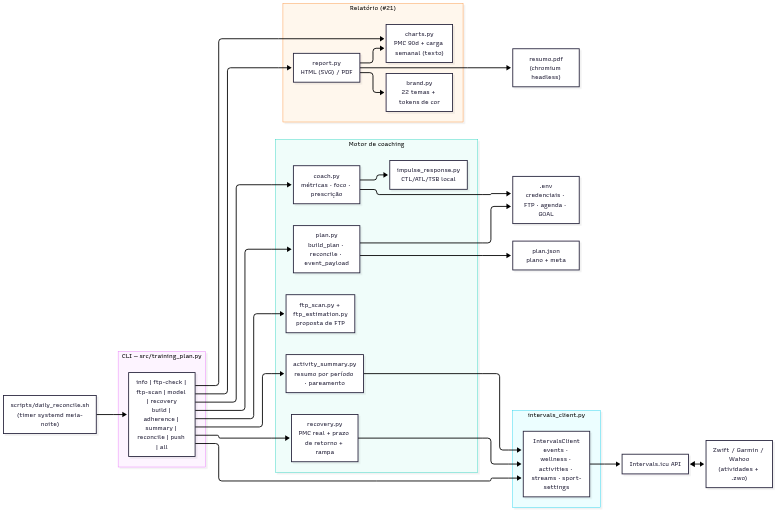
This is docs/diagramas/componentes.png from valdelin/Hermes-coach, a Mermaid export, as it was before one commit. Its source is kept beside it as docs/diagramas/componentes.mmd.
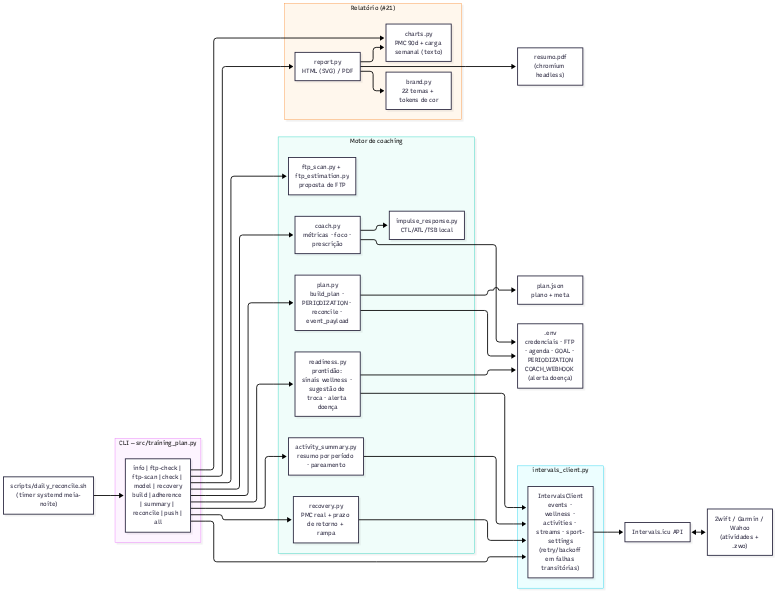
Above is the later version.

Commit message:
docs: diagramas atualizados para v0.0.27 (check, PERIODIZATION, readiness) e PNGs regenerados

What changed in the source:
```diff
@@ -1,15 +1,16 @@
 flowchart LR
     subgraph CLI["CLI — src/training_plan.py"]
-        CMD["info | ftp-check | ftp-scan | model | recovery<br/>build | adherence | summary | reconcile | push | all"]
+        CMD["info | ftp-check | ftp-scan | check | model | recovery<br/>build | adherence | summary | reconcile | push | all"]
     end
 
     subgraph CORE["Motor de coaching"]
         COACH["coach.py<br/>métricas · foco · prescrição"]
-        PLAN["plan.py<br/>build_plan · reconcile · event_payload"]
+        PLAN["plan.py<br/>build_plan · PERIODIZATION · reconcile · event_payload"]
         IR["impulse_response.py<br/>CTL/ATL/TSB local"]
         FTPS["ftp_scan.py + ftp_estimation.py<br/>proposta de FTP"]
         AS["activity_summary.py<br/>resumo por período · pareamento"]
         REC["recovery.py<br/>PMC real + prazo de retorno + rampa"]
+        RD["readiness.py<br/>prontidão: sinais wellness · sugestão de troca · alerta doença"]
     end
 
     subgraph REPORT["Relatório (#21)"]
@@ -19,10 +20,10 @@
     end
 
     subgraph API["intervals_client.py"]
-        CLIENT["IntervalsClient<br/>events · wellness · activities · streams · sport-settings"]
+        CLIENT["IntervalsClient<br/>events · wellness · activities · streams · sport-settings<br/>(retry/backoff em falhas transitórias)"]
     end
 
-    ENV[".env<br/>credenciais · FTP · agenda · GOAL"]
+    ENV[".env<br/>credenciais · FTP · agenda · GOAL · PERIODIZATION<br/>COACH_WEBHOOK (alerta doença)"]
     PLANFILE["plan.json<br/>plano + meta"]
     SH["scripts/daily_reconcile.sh<br/>(timer systemd meia-noite)"]
 
@@ -35,6 +36,7 @@
     CMD --> FTPS
     CMD --> AS
     CMD --> REC
+    CMD --> RD
     CMD --> CH
     CMD --> RP
     COACH --> IR
@@ -42,8 +44,10 @@
     PLAN --> PLANFILE
     COACH --> ENV
     PLAN --> ENV
+    RD --> ENV
     AS --> CLIENT
     REC --> CLIENT
+    RD --> CLIENT
     CLIENT --> INTERVALS
     INTERVALS <--> APPS
     SH --> CMD
```
